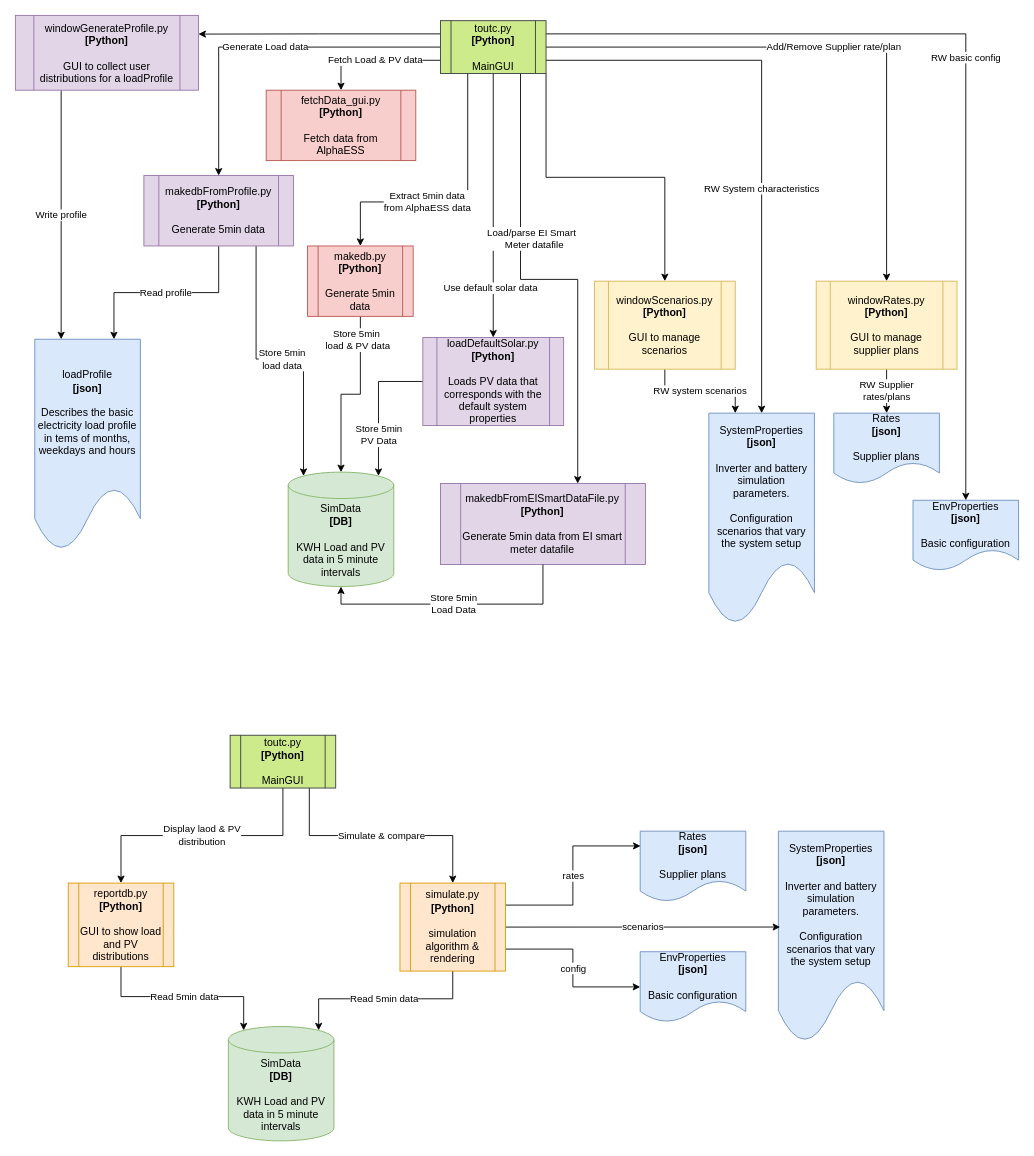
Earlier version of the draw.io diagram docs/tout-c.drawio (Tonyslogic/tout-compare). Source tidied: cells renumbered, new cells numbered last; positions are measured from the earlier drawing's top-left corner, leaving out a move shared by most shapes. Both pictures are drawn from the tidied source at 88%, with x=0, y=0 at pixel (15, 15).
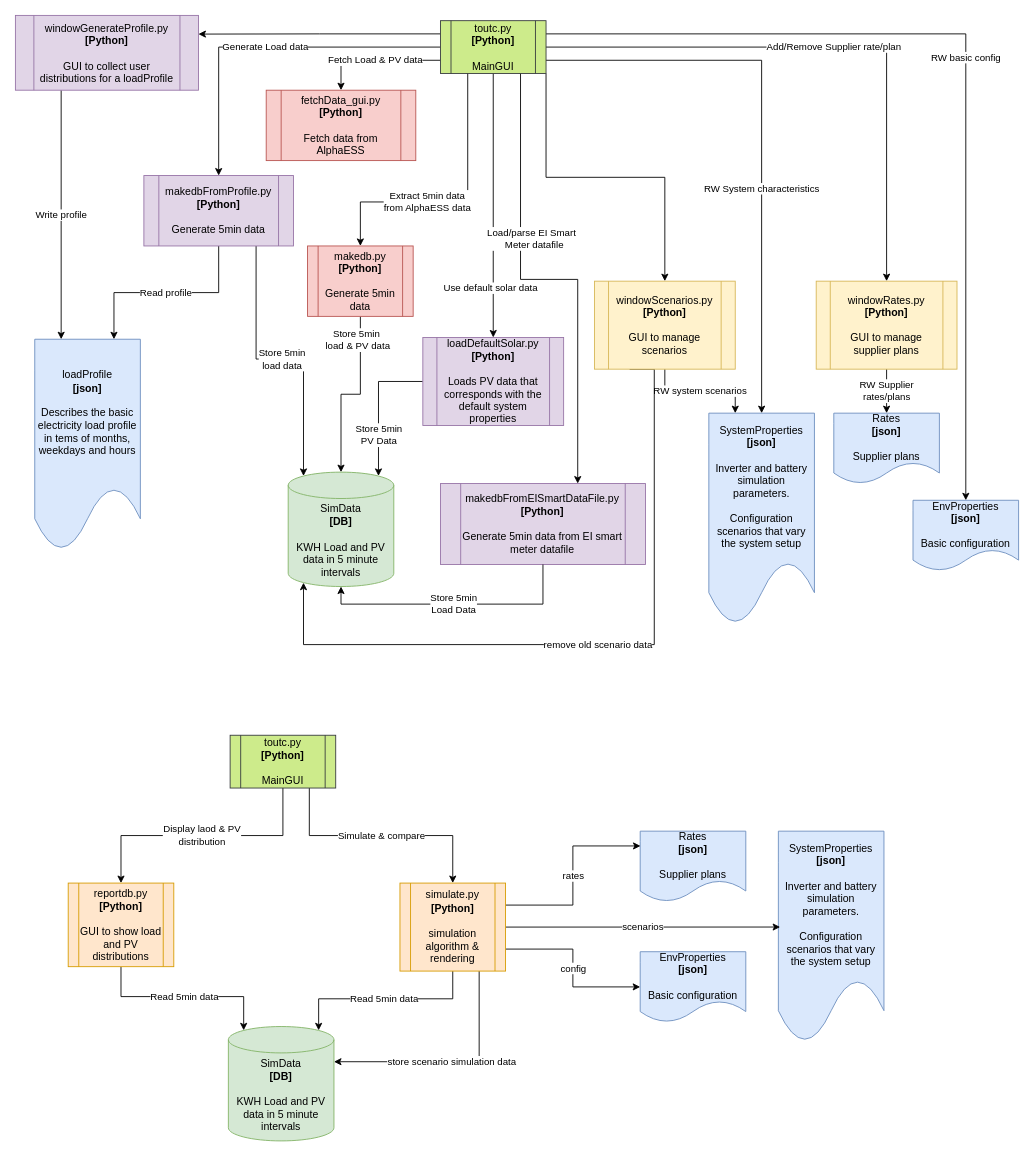
After the change.

Commit message (it also covers changes not shown here):
Updating dependency diagram

Unchanged cells that the change refers to:
```xml
<mxCell id="2" value="SimData&lt;br&gt;&lt;b&gt;[DB]&lt;/b&gt;&lt;br&gt;&lt;br&gt;KWH Load and PV data in 5 minute intervals" style="shape=cylinder3;whiteSpace=wrap;html=1;boundedLbl=1;backgroundOutline=1;size=15;fillColor=#d5e8d4;strokeColor=#82b366;" parent="1" vertex="1">
  <mxGeometry x="310" y="519" width="120" height="130" as="geometry" />
</mxCell>
<mxCell id="28" value="SimData&lt;br&gt;&lt;b&gt;[DB]&lt;/b&gt;&lt;br&gt;&lt;br&gt;KWH Load and PV data in 5 minute intervals" style="shape=cylinder3;whiteSpace=wrap;html=1;boundedLbl=1;backgroundOutline=1;size=15;fillColor=#d5e8d4;strokeColor=#82b366;" parent="1" vertex="1">
  <mxGeometry x="242" y="1149" width="120" height="130" as="geometry" />
</mxCell>
<mxCell id="41" value="simulate.py&lt;br&gt;&lt;b&gt;[Python]&lt;/b&gt;&lt;br&gt;&lt;br&gt;simulation algorithm &amp;amp; rendering" style="shape=process;whiteSpace=wrap;html=1;backgroundOutline=1;fillColor=#ffe6cc;strokeColor=#d79b00;" parent="1" vertex="1">
  <mxGeometry x="437" y="986" width="120" height="100" as="geometry" />
</mxCell>
<mxCell id="43" value="windowScenarios.py&lt;br&gt;&lt;b&gt;[Python]&lt;/b&gt;&lt;br&gt;&lt;br&gt;GUI to manage scenarios" style="shape=process;whiteSpace=wrap;html=1;backgroundOutline=1;fillColor=#fff2cc;strokeColor=#d6b656;" parent="1" vertex="1">
  <mxGeometry x="658" y="302" width="160" height="100" as="geometry" />
</mxCell>
```

Diff of the diagram source:
```diff
@@
+    <mxCell id="48" value="store scenario simulation data" style="edgeStyle=orthogonalEdgeStyle;rounded=0;jettySize=auto;html=1;exitX=0.75;exitY=1;exitDx=0;exitDy=0;entryX=1;entryY=0;entryDx=0;entryDy=40;entryPerimeter=0;" parent="1" edge="1" source="41" target="28">
+      <mxGeometry relative="1" as="geometry" />
+    </mxCell>
@@
+    <mxCell id="49" value="remove old scenario data" style="edgeStyle=orthogonalEdgeStyle;rounded=0;jettySize=auto;html=1;exitX=0.25;exitY=1;exitDx=0;exitDy=0;entryX=0.145;entryY=1;entryDx=0;entryDy=-4.35;entryPerimeter=0;" parent="1" edge="1" source="43" target="2">
+      <mxGeometry relative="1" as="geometry">
+        <Array as="points">
+          <mxPoint x="726" y="402" />
+          <mxPoint x="726" y="715" />
+          <mxPoint x="327" y="715" />
+        </Array>
+      </mxGeometry>
+    </mxCell>
```
